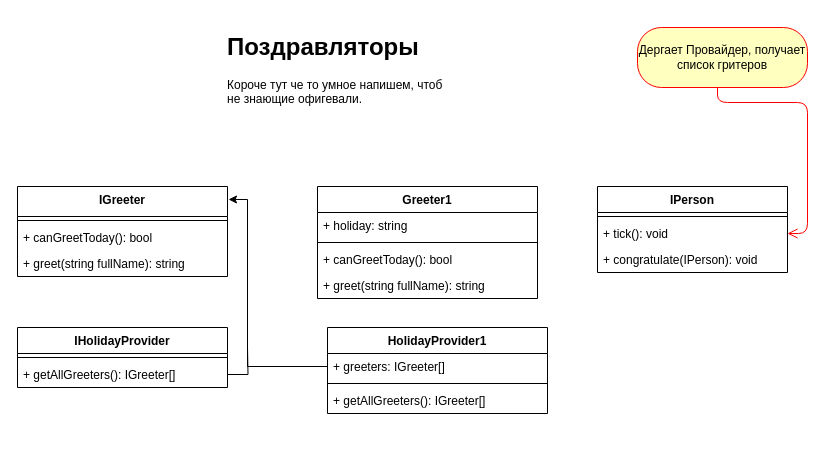
Earlier version of the draw.io diagram Untitled Diagram.drawio (Muhammadrasul446/SomeShitAnthonyGave). Source tidied: cells renumbered, new cells numbered last; positions are measured from the earlier drawing's top-left corner, leaving out a move shared by most shapes. Both pictures are drawn from the tidied source at 100%, with x=0, y=0 at pixel (17, 27).
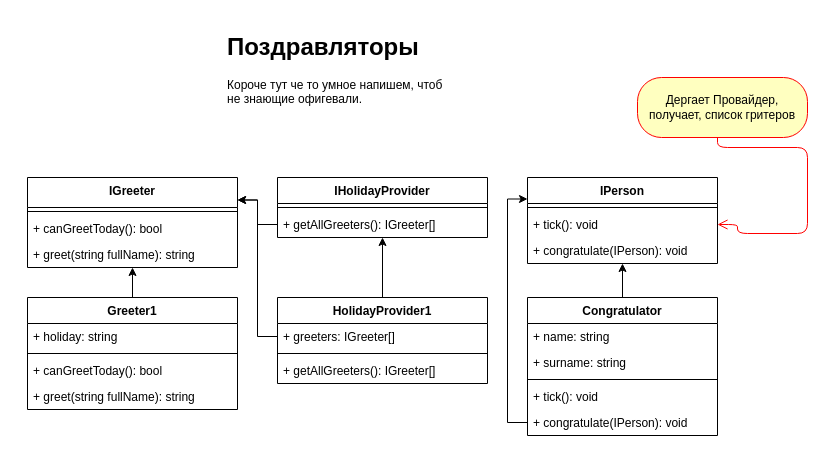
The same page after the edit.

Unchanged cells that the change refers to:
```xml
<mxCell id="12" value="+ getAllGreeters(): IGreeter[]" style="text;strokeColor=none;fillColor=none;align=left;verticalAlign=top;spacingLeft=4;spacingRight=4;overflow=hidden;points=[[0,0.5],[1,0.5]];portConstraint=eastwest;" parent="10" vertex="1">
  <mxGeometry y="34" width="210" height="26" as="geometry" />
</mxCell>
<mxCell id="18" value="+ tick(): void" style="text;strokeColor=none;fillColor=none;align=left;verticalAlign=top;spacingLeft=4;spacingRight=4;overflow=hidden;points=[[0,0.5],[1,0.5]];portConstraint=eastwest;" parent="16" vertex="1">
  <mxGeometry y="34" width="190" height="26" as="geometry" />
</mxCell>
```

Change to the diagram source:
```diff
@@
+    <mxCell id="15" value="&lt;h1&gt;Поздравляторы&lt;br&gt;&lt;/h1&gt;&lt;p&gt;Короче тут че то умное напишем, чтоб не знающие офигевали.&lt;br&gt;&lt;/p&gt;" style="text;html=1;strokeColor=none;fillColor=none;spacing=5;spacingTop=-20;whiteSpace=wrap;overflow=hidden;rounded=0;" parent="1" vertex="1">
+      <mxGeometry x="205" width="235" height="100" as="geometry" />
+    </mxCell>
+    <mxCell id="25" value="Дергает Провайдер, получает, список гритеров" style="rounded=1;whiteSpace=wrap;html=1;arcSize=40;fontColor=#000000;fillColor=#ffffc0;strokeColor=#ff0000;" parent="1" vertex="1">
+      <mxGeometry x="620" y="50" width="170" height="60" as="geometry" />
+    </mxCell>
+    <mxCell id="26" style="edgeStyle=orthogonalEdgeStyle;html=1;verticalAlign=bottom;endArrow=open;endSize=8;strokeColor=#ff0000;entryX=1;entryY=0.5;entryDx=0;entryDy=0;" parent="1" edge="1" source="25" target="18">
+      <mxGeometry relative="1" as="geometry">
+        <Array as="points">
+          <mxPoint x="700" y="120" />
+          <mxPoint x="790" y="120" />
+          <mxPoint x="790" y="206" />
+          <mxPoint x="720" y="206" />
+          <mxPoint x="720" y="197" />
+        </Array>
+      </mxGeometry>
+    </mxCell>
     <mxCell id="2" value="IGreeter" style="swimlane;fontStyle=1;align=center;verticalAlign=top;horizontal=1;startSize=30;" parent="1" vertex="1">
-      <mxGeometry y="159" width="210" height="90" as="geometry" />
+      <mxGeometry x="10" y="150" width="210" height="90" as="geometry" />
     </mxCell>
@@
+    <mxCell id="27" style="edgeStyle=orthogonalEdgeStyle;rounded=0;jettySize=auto;html=1;entryX=0.5;entryY=1;entryDx=0;entryDy=0;" parent="1" edge="1" source="20" target="2">
+      <mxGeometry relative="1" as="geometry" />
+    </mxCell>
+    <mxCell id="20" value="Greeter1" style="swimlane;fontStyle=1;align=center;verticalAlign=top;horizontal=1;startSize=26;" parent="1" vertex="1">
+      <mxGeometry x="10" y="270" width="210" height="112" as="geometry" />
+    </mxCell>
+    <mxCell id="21" value="+ holiday: string" style="text;strokeColor=none;fillColor=none;align=left;verticalAlign=top;spacingLeft=4;spacingRight=4;overflow=hidden;" parent="20" vertex="1">
+      <mxGeometry y="26" width="210" height="26" as="geometry" />
+    </mxCell>
+    <mxCell id="22" style="line;strokeWidth=1;fillColor=none;align=left;verticalAlign=middle;spacingTop=-1;spacingLeft=3;spacingRight=3;labelPosition=right;" parent="20" vertex="1">
+      <mxGeometry y="52" width="210" height="8" as="geometry" />
+    </mxCell>
+    <mxCell id="23" value="+ canGreetToday(): bool" style="text;strokeColor=none;fillColor=none;align=left;verticalAlign=top;spacingLeft=4;spacingRight=4;overflow=hidden;" parent="20" vertex="1">
+      <mxGeometry y="60" width="210" height="26" as="geometry" />
+    </mxCell>
+    <mxCell id="24" value="+ greet(string fullName): string" style="text;strokeColor=none;fillColor=none;align=left;verticalAlign=top;spacingLeft=4;spacingRight=4;overflow=hidden;" parent="20" vertex="1">
+      <mxGeometry y="86" width="210" height="26" as="geometry" />
+    </mxCell>
+    <mxCell id="28" style="edgeStyle=orthogonalEdgeStyle;rounded=0;jettySize=auto;html=1;entryX=0.5;entryY=1;entryDx=0;entryDy=0;" parent="1" edge="1" source="6" target="10">
+      <mxGeometry relative="1" as="geometry" />
+    </mxCell>
     <mxCell id="6" value="HolidayProvider1" style="swimlane;fontStyle=1;align=center;verticalAlign=top;horizontal=1;startSize=26;" parent="1" vertex="1">
-      <mxGeometry x="310" y="300" width="220" height="86" as="geometry" />
+      <mxGeometry x="260" y="270" width="210" height="86" as="geometry" />
     </mxCell>
     <mxCell id="7" value="+ greeters: IGreeter[]" style="text;strokeColor=none;fillColor=none;align=left;verticalAlign=top;spacingLeft=4;spacingRight=4;overflow=hidden;points=[[0,0.5],[1,0.5]];portConstraint=eastwest;" parent="6" vertex="1">
-      <mxGeometry y="26" width="220" height="26" as="geometry" />
+      <mxGeometry y="26" width="210" height="26" as="geometry" />
     </mxCell>
     <mxCell id="8" style="line;strokeWidth=1;fillColor=none;align=left;verticalAlign=middle;spacingTop=-1;spacingLeft=3;spacingRight=3;labelPosition=right;" parent="6" vertex="1">
-      <mxGeometry y="52" width="220" height="8" as="geometry" />
+      <mxGeometry y="52" width="210" height="8" as="geometry" />
     </mxCell>
     <mxCell id="9" value="+ getAllGreeters(): IGreeter[]" style="text;strokeColor=none;fillColor=none;align=left;verticalAlign=top;spacingLeft=4;spacingRight=4;overflow=hidden;" parent="6" vertex="1">
-      <mxGeometry y="60" width="220" height="26" as="geometry" />
+      <mxGeometry y="60" width="210" height="26" as="geometry" />
     </mxCell>
     <mxCell id="10" value="IHolidayProvider" style="swimlane;fontStyle=1;align=center;verticalAlign=top;horizontal=1;startSize=26;" parent="1" vertex="1">
-      <mxGeometry y="300" width="210" height="60" as="geometry" />
+      <mxGeometry x="260" y="150" width="210" height="60" as="geometry" />
     </mxCell>
@@
-    <mxCell id="13" style="edgeStyle=orthogonalEdgeStyle;rounded=0;jettySize=auto;html=1;entryX=1.005;entryY=0.144;entryDx=0;entryDy=0;entryPerimeter=0;endArrow=classic;endFill=1;strokeColor=#000000;" parent="1" edge="1" source="7" target="2">
-      <mxGeometry relative="1" as="geometry">
-        <Array as="points">
-          <mxPoint x="230" y="339" />
-          <mxPoint x="230" y="172" />
-        </Array>
-      </mxGeometry>
-    </mxCell>
-    <mxCell id="14" style="edgeStyle=orthogonalEdgeStyle;rounded=0;jettySize=auto;html=1;endArrow=none;endFill=0;strokeColor=#000000;" parent="1" edge="1" source="12">
-      <mxGeometry relative="1" as="geometry">
-        <mxPoint x="230" y="320" as="targetPoint" />
-      </mxGeometry>
-    </mxCell>
-    <mxCell id="15" value="&lt;h1&gt;Поздравляторы&lt;br&gt;&lt;/h1&gt;&lt;p&gt;Короче тут че то умное напишем, чтоб не знающие офигевали.&lt;br&gt;&lt;/p&gt;" style="text;html=1;strokeColor=none;fillColor=none;spacing=5;spacingTop=-20;whiteSpace=wrap;overflow=hidden;rounded=0;" parent="1" vertex="1">
-      <mxGeometry x="205" width="235" height="100" as="geometry" />
-    </mxCell>
     <mxCell id="16" value="IPerson" style="swimlane;fontStyle=1;align=center;verticalAlign=top;horizontal=1;startSize=26;" parent="1" vertex="1">
-      <mxGeometry x="580" y="159" width="190" height="86" as="geometry" />
+      <mxGeometry x="510" y="150" width="190" height="86" as="geometry" />
     </mxCell>
@@
-    <mxCell id="20" value="Greeter1" style="swimlane;fontStyle=1;align=center;verticalAlign=top;horizontal=1;startSize=26;" parent="1" vertex="1">
-      <mxGeometry x="300" y="159" width="220" height="112" as="geometry" />
-    </mxCell>
-    <mxCell id="21" value="+ holiday: string" style="text;strokeColor=none;fillColor=none;align=left;verticalAlign=top;spacingLeft=4;spacingRight=4;overflow=hidden;" parent="20" vertex="1">
-      <mxGeometry y="26" width="220" height="26" as="geometry" />
-    </mxCell>
-    <mxCell id="22" style="line;strokeWidth=1;fillColor=none;align=left;verticalAlign=middle;spacingTop=-1;spacingLeft=3;spacingRight=3;labelPosition=right;" parent="20" vertex="1">
-      <mxGeometry y="52" width="220" height="8" as="geometry" />
-    </mxCell>
-    <mxCell id="23" value="+ canGreetToday(): bool" style="text;strokeColor=none;fillColor=none;align=left;verticalAlign=top;spacingLeft=4;spacingRight=4;overflow=hidden;" parent="20" vertex="1">
-      <mxGeometry y="60" width="220" height="26" as="geometry" />
-    </mxCell>
-    <mxCell id="24" value="+ greet(string fullName): string" style="text;strokeColor=none;fillColor=none;align=left;verticalAlign=top;spacingLeft=4;spacingRight=4;overflow=hidden;" parent="20" vertex="1">
-      <mxGeometry y="86" width="220" height="26" as="geometry" />
-    </mxCell>
-    <mxCell id="25" value="Дергает Провайдер, получает список гритеров" style="rounded=1;whiteSpace=wrap;html=1;arcSize=40;fontColor=#000000;fillColor=#ffffc0;strokeColor=#ff0000;" parent="1" vertex="1">
-      <mxGeometry x="620" width="170" height="60" as="geometry" />
-    </mxCell>
-    <mxCell id="26" style="edgeStyle=orthogonalEdgeStyle;html=1;verticalAlign=bottom;endArrow=open;endSize=8;strokeColor=#ff0000;entryX=1;entryY=0.5;entryDx=0;entryDy=0;" parent="1" edge="1" source="25" target="18">
-      <mxGeometry relative="1" as="geometry">
-        <Array as="points">
-          <mxPoint x="700" y="75" />
-          <mxPoint x="790" y="75" />
-          <mxPoint x="790" y="206" />
-        </Array>
-      </mxGeometry>
-    </mxCell>
+    <mxCell id="29" style="edgeStyle=orthogonalEdgeStyle;rounded=0;jettySize=auto;html=1;entryX=0.5;entryY=1;entryDx=0;entryDy=0;" parent="1" edge="1" source="30" target="16">
+      <mxGeometry relative="1" as="geometry" />
+    </mxCell>
+    <mxCell id="30" value="Congratulator" style="swimlane;fontStyle=1;align=center;verticalAlign=top;horizontal=1;startSize=26;" parent="1" vertex="1">
+      <mxGeometry x="510" y="270" width="190" height="138" as="geometry" />
+    </mxCell>
+    <mxCell id="31" value="+ name: string" style="text;strokeColor=none;fillColor=none;align=left;verticalAlign=top;spacingLeft=4;spacingRight=4;overflow=hidden;" parent="30" vertex="1">
+      <mxGeometry y="26" width="190" height="26" as="geometry" />
+    </mxCell>
+    <mxCell id="32" value="+ surname: string" style="text;strokeColor=none;fillColor=none;align=left;verticalAlign=top;spacingLeft=4;spacingRight=4;overflow=hidden;" parent="30" vertex="1">
+      <mxGeometry y="52" width="190" height="26" as="geometry" />
+    </mxCell>
+    <mxCell id="33" style="line;strokeWidth=1;fillColor=none;align=left;verticalAlign=middle;spacingTop=-1;spacingLeft=3;spacingRight=3;labelPosition=right;" parent="30" vertex="1">
+      <mxGeometry y="78" width="190" height="8" as="geometry" />
+    </mxCell>
+    <mxCell id="34" value="+ tick(): void" style="text;strokeColor=none;fillColor=none;align=left;verticalAlign=top;spacingLeft=4;spacingRight=4;overflow=hidden;" parent="30" vertex="1">
+      <mxGeometry y="86" width="190" height="26" as="geometry" />
+    </mxCell>
+    <mxCell id="35" value="+ congratulate(IPerson): void" style="text;strokeColor=none;fillColor=none;align=left;verticalAlign=top;spacingLeft=4;spacingRight=4;overflow=hidden;points=[[0,0.5],[1,0.5]];portConstraint=eastwest;" parent="30" vertex="1">
+      <mxGeometry y="112" width="190" height="26" as="geometry" />
+    </mxCell>
+    <mxCell id="13" style="edgeStyle=orthogonalEdgeStyle;rounded=0;jettySize=auto;html=1;entryX=1;entryY=0.25;entryDx=0;entryDy=0;" parent="1" edge="1" source="7" target="2">
+      <mxGeometry relative="1" as="geometry" />
+    </mxCell>
+    <mxCell id="36" style="edgeStyle=orthogonalEdgeStyle;rounded=0;jettySize=auto;html=1;entryX=1;entryY=0.25;entryDx=0;entryDy=0;" parent="1" edge="1" source="12" target="2">
+      <mxGeometry relative="1" as="geometry" />
+    </mxCell>
+    <mxCell id="37" style="edgeStyle=orthogonalEdgeStyle;rounded=0;jettySize=auto;html=1;entryX=0;entryY=0.25;entryDx=0;entryDy=0;" parent="1" edge="1" source="35" target="16">
+      <mxGeometry relative="1" as="geometry" />
+    </mxCell>
```
